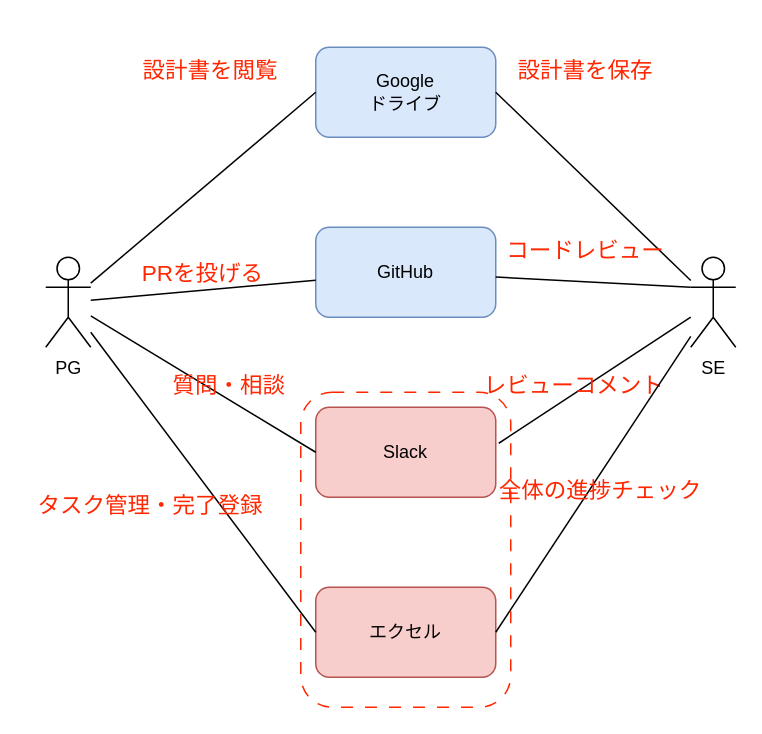
Above: page "コンテキスト図" (1 of 2) of コンテキスト図.drawio in 10mo8mi2/20231121_Udemy_-_- (draw.io), before the change. Source tidied: cells renumbered, new cells numbered last; positions are measured from the earlier drawing's top-left corner, leaving out a move shared by most shapes. Both pictures are drawn from the tidied source at 150%, with x=0, y=0 at pixel (30, 46).
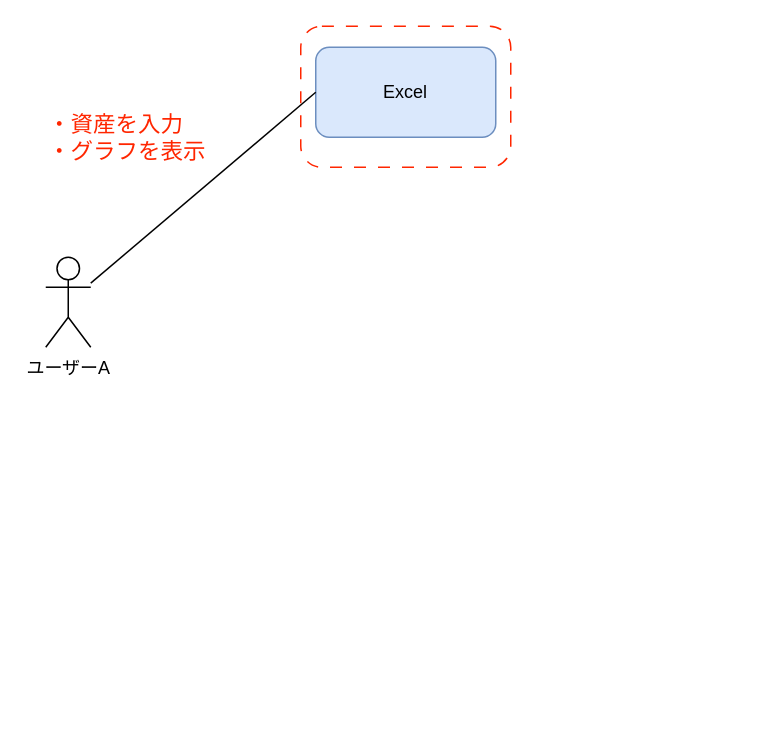
The same page after the edit.

Commit message (it also covers changes not shown here):
コンテキスト図.drawio を更新します

Diff of the diagram source:
```diff
@@
-    <mxCell id="2" value="PG" style="shape=umlActor;verticalLabelPosition=bottom;verticalAlign=top;html=1;outlineConnect=0;" parent="1" vertex="1">
+    <mxCell id="2" value="ユーザーA" style="shape=umlActor;verticalLabelPosition=bottom;verticalAlign=top;html=1;outlineConnect=0;" parent="1" vertex="1">
       <mxGeometry x="10" y="140" width="30" height="60" as="geometry" />
     </mxCell>
-    <mxCell id="3" value="SE" style="shape=umlActor;verticalLabelPosition=bottom;verticalAlign=top;html=1;outlineConnect=0;" parent="1" vertex="1">
-      <mxGeometry x="440" y="140" width="30" height="60" as="geometry" />
-    </mxCell>
-    <mxCell id="4" value="Google&lt;br&gt;ドライブ" style="rounded=1;whiteSpace=wrap;html=1;fillColor=#dae8fc;strokeColor=#6c8ebf;" parent="1" vertex="1">
+    <mxCell id="4" value="Excel" style="rounded=1;whiteSpace=wrap;html=1;fillColor=#dae8fc;strokeColor=#6c8ebf;" parent="1" vertex="1">
       <mxGeometry x="190" width="120" height="60" as="geometry" />
     </mxCell>
-    <mxCell id="5" value="GitHub" style="rounded=1;whiteSpace=wrap;html=1;fillColor=#dae8fc;strokeColor=#6c8ebf;" parent="1" vertex="1">
-      <mxGeometry x="190" y="120" width="120" height="60" as="geometry" />
-    </mxCell>
-    <mxCell id="6" value="Slack" style="rounded=1;whiteSpace=wrap;html=1;fillColor=#f8cecc;strokeColor=#b85450;" parent="1" vertex="1">
-      <mxGeometry x="190" y="240" width="120" height="60" as="geometry" />
-    </mxCell>
-    <mxCell id="7" value="エクセル" style="rounded=1;whiteSpace=wrap;html=1;fillColor=#f8cecc;strokeColor=#b85450;" parent="1" vertex="1">
-      <mxGeometry x="190" y="360" width="120" height="60" as="geometry" />
-    </mxCell>
@@
-    <mxCell id="9" style="endArrow=none;html=1;rounded=0;exitX=1;exitY=0.5;exitDx=0;exitDy=0;" parent="1" edge="1" source="4" target="3">
-      <mxGeometry relative="1" as="geometry" />
-    </mxCell>
-    <mxCell id="10" value="設計書を閲覧" style="text;html=1;strokeColor=none;fillColor=none;align=center;verticalAlign=middle;whiteSpace=wrap;rounded=0;fontColor=#ff2600;fontSize=15;" parent="1" vertex="1">
-      <mxGeometry x="70" width="100" height="30" as="geometry" />
+    <mxCell id="10" value="・資産を入力&lt;br&gt;&lt;div style=&quot;&quot;&gt;&lt;span style=&quot;background-color: initial;&quot;&gt;・グラフを表示&lt;/span&gt;&lt;/div&gt;" style="text;html=1;strokeColor=none;fillColor=none;align=left;verticalAlign=middle;whiteSpace=wrap;rounded=0;fontColor=#ff2600;fontSize=15;" parent="1" vertex="1">
+      <mxGeometry x="10" y="40" width="160" height="40" as="geometry" />
     </mxCell>
-    <mxCell id="11" value="設計書を保存" style="text;html=1;strokeColor=none;fillColor=none;align=center;verticalAlign=middle;whiteSpace=wrap;rounded=0;fontColor=#ff2600;fontSize=15;" parent="1" vertex="1">
-      <mxGeometry x="320" width="100" height="30" as="geometry" />
-    </mxCell>
-    <mxCell id="12" style="endArrow=none;html=1;rounded=0;" parent="1" edge="1" source="2" target="5">
-      <mxGeometry relative="1" as="geometry" />
-    </mxCell>
-    <mxCell id="13" style="endArrow=none;html=1;rounded=0;entryX=0;entryY=0.3333333333333333;entryDx=0;entryDy=0;entryPerimeter=0;" parent="1" edge="1" source="5" target="3">
-      <mxGeometry relative="1" as="geometry" />
-    </mxCell>
-    <mxCell id="14" value="コードレビュー" style="text;html=1;strokeColor=none;fillColor=none;align=center;verticalAlign=middle;whiteSpace=wrap;rounded=0;fontColor=#ff2600;fontSize=15;" parent="1" vertex="1">
-      <mxGeometry x="315" y="120" width="110" height="30" as="geometry" />
-    </mxCell>
-    <mxCell id="15" value="PRを投げる" style="text;html=1;strokeColor=none;fillColor=none;align=center;verticalAlign=middle;whiteSpace=wrap;rounded=0;fontColor=#ff2600;fontSize=15;" parent="1" vertex="1">
-      <mxGeometry x="60" y="135" width="110" height="30" as="geometry" />
-    </mxCell>
-    <mxCell id="16" style="endArrow=none;html=1;rounded=0;exitX=1.017;exitY=0.4;exitDx=0;exitDy=0;exitPerimeter=0;" parent="1" edge="1" source="6" target="3">
-      <mxGeometry relative="1" as="geometry" />
-    </mxCell>
-    <mxCell id="17" value="レビューコメント" style="text;html=1;strokeColor=none;fillColor=none;align=center;verticalAlign=middle;whiteSpace=wrap;rounded=0;fontColor=#ff2600;fontSize=15;" parent="1" vertex="1">
-      <mxGeometry x="300" y="210" width="125" height="30" as="geometry" />
-    </mxCell>
-    <mxCell id="18" style="endArrow=none;html=1;rounded=0;entryX=0;entryY=0.5;entryDx=0;entryDy=0;" parent="1" edge="1" source="2" target="6">
-      <mxGeometry relative="1" as="geometry" />
-    </mxCell>
-    <mxCell id="19" value="質問・相談" style="text;html=1;strokeColor=none;fillColor=none;align=center;verticalAlign=middle;whiteSpace=wrap;rounded=0;fontColor=#ff2600;fontSize=15;" parent="1" vertex="1">
-      <mxGeometry x="70" y="210" width="125" height="30" as="geometry" />
-    </mxCell>
-    <mxCell id="20" style="endArrow=none;html=1;rounded=0;entryX=0;entryY=0.5;entryDx=0;entryDy=0;" parent="1" edge="1" source="2" target="7">
-      <mxGeometry relative="1" as="geometry" />
-    </mxCell>
-    <mxCell id="21" style="endArrow=none;html=1;rounded=0;exitX=1;exitY=0.5;exitDx=0;exitDy=0;" parent="1" edge="1" source="7" target="3">
-      <mxGeometry relative="1" as="geometry" />
-    </mxCell>
-    <mxCell id="22" value="全体の進捗チェック" style="text;html=1;strokeColor=none;fillColor=none;align=center;verticalAlign=middle;whiteSpace=wrap;rounded=0;fontColor=#ff2600;fontSize=15;" parent="1" vertex="1">
-      <mxGeometry x="310" y="280" width="140" height="30" as="geometry" />
-    </mxCell>
     <mxCell id="23" style="rounded=1;whiteSpace=wrap;html=1;fillColor=none;strokeColor=#ff2600;dashed=1;dashPattern=8 8;" parent="1" vertex="1">
-      <mxGeometry x="180" y="230" width="140" height="210" as="geometry" />
+      <mxGeometry x="180" y="-14" width="140" height="94" as="geometry" />
     </mxCell>
-    <mxCell id="24" value="タスク管理・完了登録" style="text;html=1;strokeColor=none;fillColor=none;align=center;verticalAlign=middle;whiteSpace=wrap;rounded=0;fontColor=#ff2600;fontSize=15;" parent="1" vertex="1">
-      <mxGeometry y="290" width="160" height="30" as="geometry" />
-    </mxCell>
```
